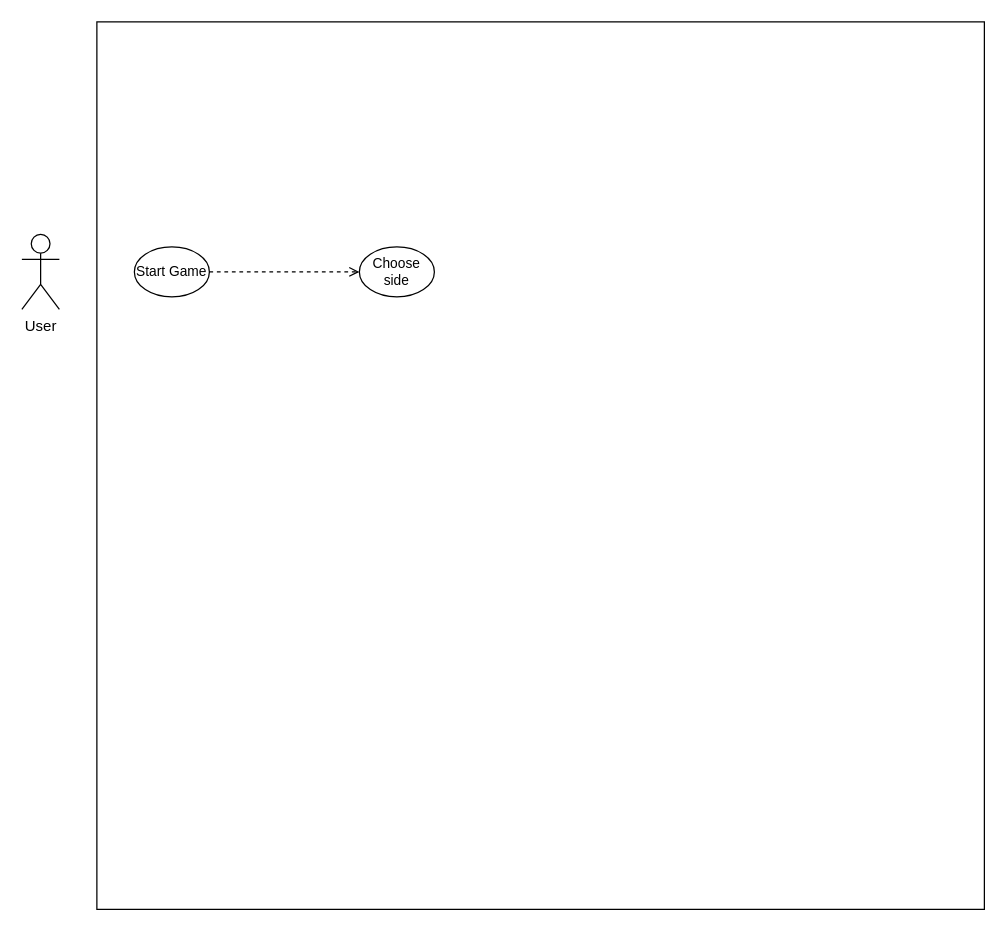
m-yoon02/Condensation keeps this draw.io diagram as Iteration_1/Backend/UseCaseDiagrams/backend_UseCaseDiagram.drawio. Above is the earlier version. Source tidied: cells renumbered, new cells numbered last; positions are measured from the earlier drawing's top-left corner, leaving out a move shared by most shapes. Both pictures are drawn from the tidied source at 125%, with x=0, y=0 at pixel (21, 21).
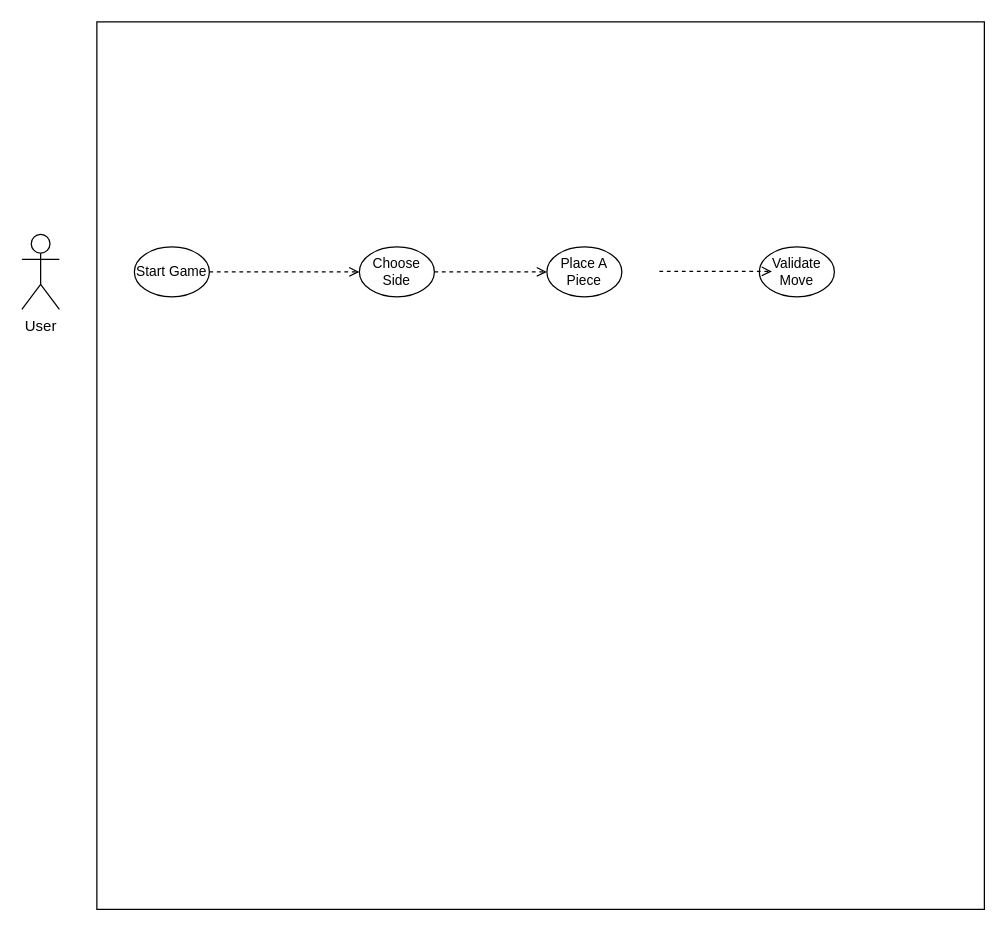
The same page after the edit.

Commit message:
Added Place A Piece, Validate Move, Resign Game, and Check for Game End

Diff of the diagram source:
```diff
@@
 <mxGraphModel>
   <root>
     <mxCell id="0" />
     <mxCell id="1" parent="0" />
     <mxCell id="2" style="whiteSpace=wrap;html=1;" parent="1" vertex="1">
       <mxGeometry x="60" width="710" height="710" as="geometry" />
     </mxCell>
     <mxCell id="3" value="User" style="shape=umlActor;verticalLabelPosition=bottom;verticalAlign=top;html=1;" parent="1" vertex="1">
       <mxGeometry y="170" width="30" height="60" as="geometry" />
     </mxCell>
     <mxCell id="4" value="Start Game" style="ellipse;whiteSpace=wrap;html=1;fontSize=11;" parent="1" vertex="1">
       <mxGeometry x="90" y="180" width="60" height="40" as="geometry" />
     </mxCell>
+    <mxCell id="7" style="edgeStyle=orthogonalEdgeStyle;rounded=0;jettySize=auto;html=1;dashed=1;endArrow=open;endFill=0;" parent="1" edge="1" source="5" target="8">
+      <mxGeometry relative="1" as="geometry" />
+    </mxCell>
-    <mxCell id="5" value="Choose side" style="ellipse;whiteSpace=wrap;html=1;fontSize=11;" parent="1" vertex="1">
+    <mxCell id="5" value="Choose Side" style="ellipse;whiteSpace=wrap;html=1;fontSize=11;" parent="1" vertex="1">
       <mxGeometry x="270" y="180" width="60" height="40" as="geometry" />
     </mxCell>
     <mxCell id="6" style="endArrow=open;dashed=1;html=1;rounded=0;exitX=1;exitY=0.5;exitDx=0;exitDy=0;entryX=0;entryY=0.5;entryDx=0;entryDy=0;endFill=0;" parent="1" edge="1" source="4" target="5">
       <mxGeometry relative="1" as="geometry" />
     </mxCell>
+    <mxCell id="8" value="Place A Piece" style="ellipse;whiteSpace=wrap;html=1;fontSize=11;" parent="1" vertex="1">
+      <mxGeometry x="420" y="180" width="60" height="40" as="geometry" />
+    </mxCell>
+    <mxCell id="9" value="Validate Move" style="ellipse;whiteSpace=wrap;html=1;fontSize=11;" parent="1" vertex="1">
+      <mxGeometry x="590" y="180" width="60" height="40" as="geometry" />
+    </mxCell>
+    <mxCell id="10" style="edgeStyle=orthogonalEdgeStyle;rounded=0;orthogonalLoop=1;jettySize=auto;html=1;dashed=1;endArrow=open;endFill=0;" parent="1" edge="1">
+      <mxGeometry relative="1" as="geometry">
+        <mxPoint x="510" y="199.6" as="sourcePoint" />
+        <mxPoint x="600" y="199.6" as="targetPoint" />
+        <Array as="points">
+          <mxPoint x="540" y="200" />
+          <mxPoint x="540" y="200" />
+        </Array>
+      </mxGeometry>
+    </mxCell>
   </root>
 </mxGraphModel>
```
